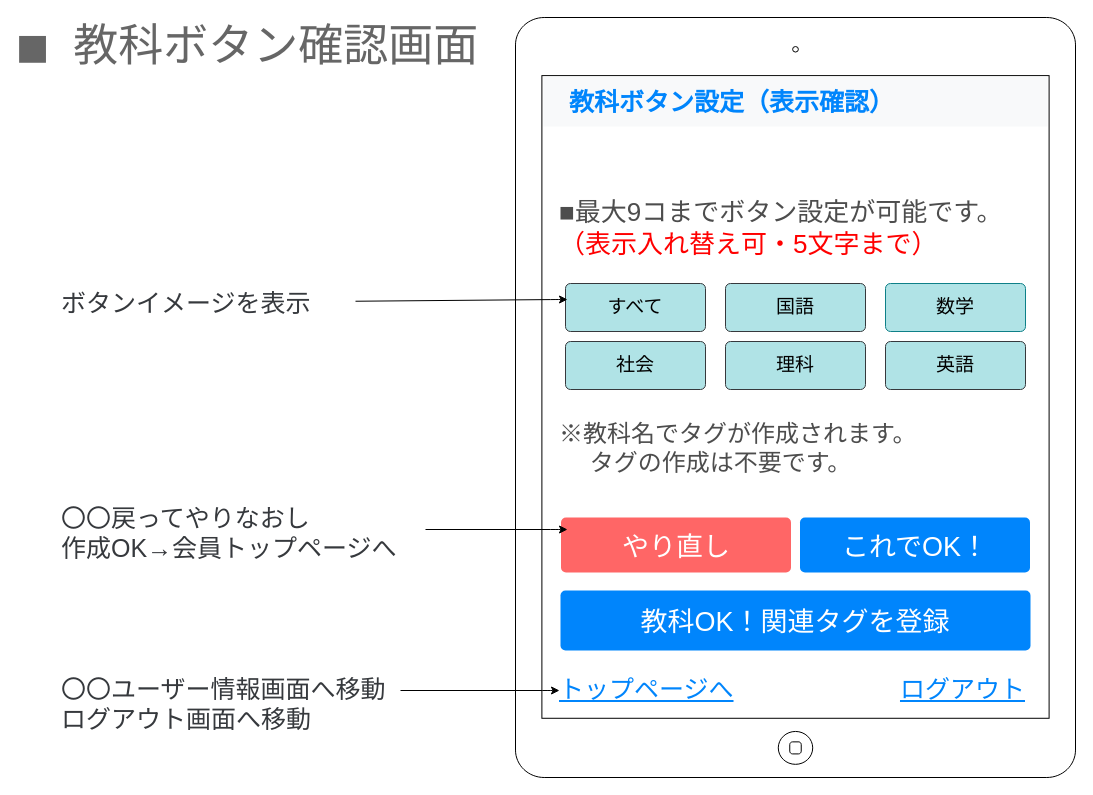
The draw.io diagram page "教科ボタン確認画面" (4 of 16) of 画面設計_苦手問題克服.drawio in mitsuewatanabe/practice, before the edit. Source tidied: cells renumbered, new cells numbered last; positions are measured from the earlier drawing's top-left corner, leaving out a move shared by most shapes. Both pictures are drawn from the tidied source at 100%, with x=0, y=0 at pixel (17, 17).
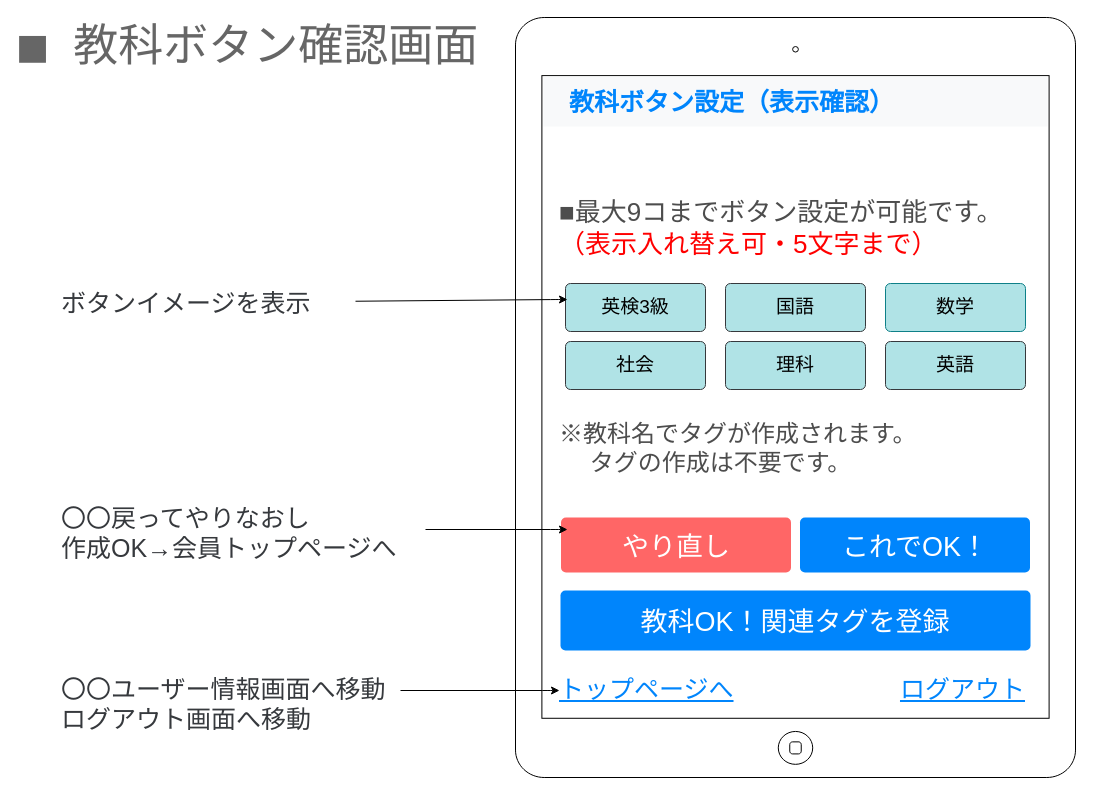
Above is the later version.

The edit, as a diff of the source:
```diff
@@
-    <mxCell id="4" value="&lt;span&gt;すべて&lt;/span&gt;" style="html=1;shadow=0;dashed=0;shape=mxgraph.bootstrap.rrect;rSize=5;strokeColor=#36393d;strokeWidth=1;whiteSpace=wrap;align=center;verticalAlign=middle;spacingLeft=0;fontStyle=0;fontSize=19;spacing=5;labelBackgroundColor=#B0E3E6;fillColor=#B0E3E6;" parent="1" vertex="1">
+    <mxCell id="4" value="&lt;span&gt;英検3級&lt;/span&gt;" style="html=1;shadow=0;dashed=0;shape=mxgraph.bootstrap.rrect;rSize=5;strokeColor=#36393d;strokeWidth=1;whiteSpace=wrap;align=center;verticalAlign=middle;spacingLeft=0;fontStyle=0;fontSize=19;spacing=5;labelBackgroundColor=#B0E3E6;fillColor=#B0E3E6;" parent="1" vertex="1">
       <mxGeometry x="548" y="266" width="140" height="48" as="geometry" />
     </mxCell>
```
